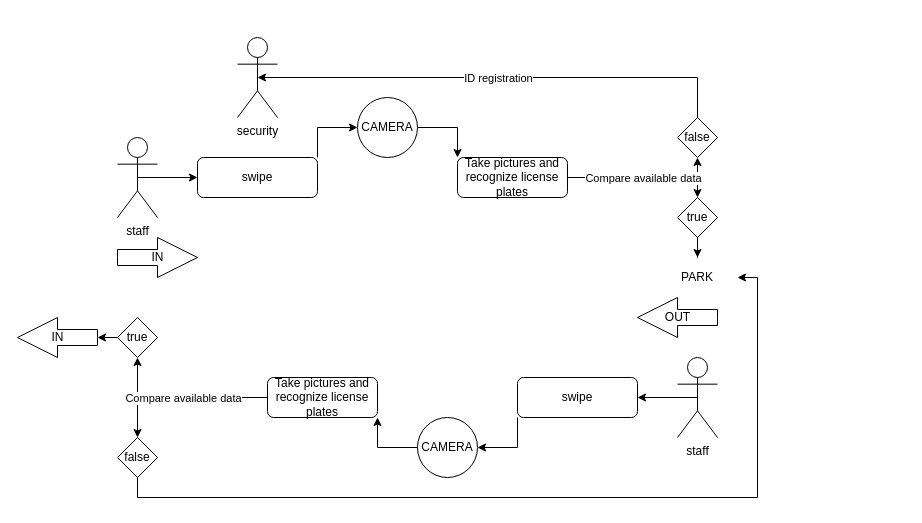
Before: Biểu đồ không có tiêu đề.drawio in DucTri1611/CNPM, a draw.io diagram. Source tidied: cells renumbered, new cells numbered last; positions are measured from the earlier drawing's top-left corner, leaving out a move shared by most shapes. Both pictures are drawn from the tidied source at 100%, with x=0, y=0 at pixel (17, 37).
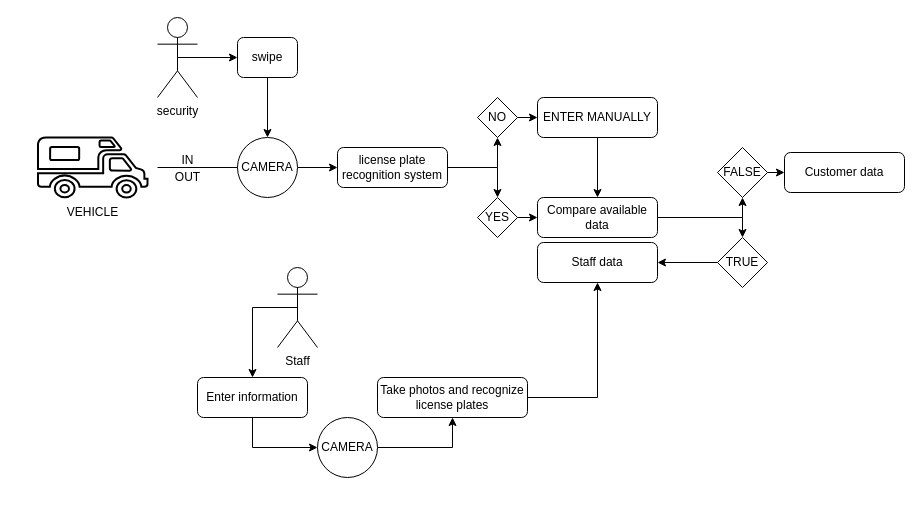
After the change.

Commit message:
Cập nhật Biểu đồ không có tiêu đề.drawio

Change to the diagram source:
```diff
@@
-    <mxCell id="2" style="edgeStyle=orthogonalEdgeStyle;rounded=0;jettySize=auto;html=1;exitX=0.5;exitY=0.5;exitDx=0;exitDy=0;exitPerimeter=0;" parent="1" edge="1" source="3" target="6">
-      <mxGeometry relative="1" as="geometry" />
-    </mxCell>
-    <mxCell id="3" value="staff" style="shape=umlActor;verticalLabelPosition=bottom;verticalAlign=top;html=1;outlineConnect=0;" parent="1" vertex="1">
-      <mxGeometry x="100" y="100" width="40" height="80" as="geometry" />
-    </mxCell>
+    <mxCell id="36" style="edgeStyle=orthogonalEdgeStyle;rounded=0;jettySize=auto;html=1;exitX=0.5;exitY=0.5;exitDx=0;exitDy=0;exitPerimeter=0;" parent="1" edge="1" source="4" target="6">
+      <mxGeometry relative="1" as="geometry" />
+    </mxCell>
     <mxCell id="4" value="security" style="shape=umlActor;verticalLabelPosition=bottom;verticalAlign=top;html=1;outlineConnect=0;" parent="1" vertex="1">
-      <mxGeometry x="220" width="40" height="80" as="geometry" />
+      <mxGeometry x="140" y="-20" width="40" height="80" as="geometry" />
     </mxCell>
+    <mxCell id="37" style="edgeStyle=orthogonalEdgeStyle;rounded=0;jettySize=auto;html=1;exitX=1;exitY=0.5;exitDx=0;exitDy=0;" parent="1" edge="1" source="8" target="47">
+      <mxGeometry relative="1" as="geometry" />
+    </mxCell>
+    <mxCell id="8" value="CAMERA" style="ellipse;whiteSpace=wrap;html=1;" parent="1" vertex="1">
+      <mxGeometry x="220" y="100" width="60" height="60" as="geometry" />
+    </mxCell>
+    <mxCell id="38" style="edgeStyle=orthogonalEdgeStyle;rounded=0;jettySize=auto;html=1;exitX=1;exitY=0.5;exitDx=0;exitDy=0;entryX=0.5;entryY=1;entryDx=0;entryDy=0;" parent="1" edge="1" source="22" target="62">
+      <mxGeometry relative="1" as="geometry" />
+    </mxCell>
+    <mxCell id="22" value="Take photos and recognize license plates" style="rounded=1;whiteSpace=wrap;html=1;" parent="1" vertex="1">
+      <mxGeometry x="360" y="340" width="150" height="40" as="geometry" />
+    </mxCell>
+    <mxCell id="39" style="edgeStyle=orthogonalEdgeStyle;rounded=0;jettySize=auto;html=1;exitX=0.5;exitY=0.5;exitDx=0;exitDy=0;exitPerimeter=0;entryX=0.5;entryY=0;entryDx=0;entryDy=0;" parent="1" edge="1" source="24" target="28">
+      <mxGeometry relative="1" as="geometry">
+        <Array as="points">
+          <mxPoint x="235" y="270" />
+        </Array>
+      </mxGeometry>
+    </mxCell>
+    <mxCell id="24" value="Staff" style="shape=umlActor;verticalLabelPosition=bottom;verticalAlign=top;html=1;outlineConnect=0;" parent="1" vertex="1">
+      <mxGeometry x="260" y="230" width="40" height="80" as="geometry" />
+    </mxCell>
+    <mxCell id="40" style="edgeStyle=orthogonalEdgeStyle;rounded=0;jettySize=auto;html=1;exitX=1;exitY=0.5;exitDx=0;exitDy=0;entryX=0.5;entryY=1;entryDx=0;entryDy=0;" parent="1" edge="1" source="26" target="22">
+      <mxGeometry relative="1" as="geometry" />
+    </mxCell>
+    <mxCell id="26" value="CAMERA" style="ellipse;whiteSpace=wrap;html=1;" parent="1" vertex="1">
+      <mxGeometry x="300" y="380" width="60" height="60" as="geometry" />
+    </mxCell>
+    <mxCell id="41" style="edgeStyle=orthogonalEdgeStyle;rounded=0;jettySize=auto;html=1;exitX=0.5;exitY=1;exitDx=0;exitDy=0;entryX=0;entryY=0.5;entryDx=0;entryDy=0;" parent="1" edge="1" source="28" target="26">
+      <mxGeometry relative="1" as="geometry" />
+    </mxCell>
+    <mxCell id="28" value="Enter information" style="rounded=1;whiteSpace=wrap;html=1;" parent="1" vertex="1">
+      <mxGeometry x="180" y="340" width="110" height="40" as="geometry" />
+    </mxCell>
+    <mxCell id="42" style="shape=mxgraph.signs.sports.rv;html=1;fillColor=#ffffff;strokeColor=default;verticalLabelPosition=bottom;verticalAlign=top;align=center;fillStyle=auto;strokeWidth=2;" parent="1" vertex="1">
+      <mxGeometry x="20" y="100" width="110" height="60" as="geometry" />
+    </mxCell>
+    <mxCell id="43" style="line;strokeWidth=1;dashed=0;labelPosition=right;align=left;verticalAlign=middle;spacingTop=0;spacingLeft=6;" parent="1" vertex="1">
+      <mxGeometry x="140" y="125" width="80" height="10" as="geometry" />
+    </mxCell>
+    <mxCell id="44" value="IN" style="text;html=1;align=center;verticalAlign=middle;strokeColor=none;fillColor=none;" parent="1" vertex="1">
+      <mxGeometry x="150" y="108" width="40" height="30" as="geometry" />
+    </mxCell>
+    <mxCell id="19" value="OUT" style="text;html=1;align=center;verticalAlign=middle;strokeColor=none;fillColor=none;" parent="1" vertex="1">
+      <mxGeometry x="145" y="125" width="50" height="30" as="geometry" />
+    </mxCell>
-    <mxCell id="5" style="edgeStyle=orthogonalEdgeStyle;rounded=0;jettySize=auto;html=1;exitX=1;exitY=0;exitDx=0;exitDy=0;entryX=0;entryY=0.5;entryDx=0;entryDy=0;" parent="1" edge="1" source="6" target="8">
+    <mxCell id="5" style="edgeStyle=orthogonalEdgeStyle;rounded=0;jettySize=auto;html=1;exitX=0.5;exitY=1;exitDx=0;exitDy=0;entryX=0.5;entryY=0;entryDx=0;entryDy=0;" parent="1" edge="1" source="6" target="8">
       <mxGeometry relative="1" as="geometry" />
     </mxCell>
     <mxCell id="6" value="swipe" style="rounded=1;whiteSpace=wrap;html=1;" parent="1" vertex="1">
-      <mxGeometry x="180" y="120" width="120" height="40" as="geometry" />
+      <mxGeometry x="220" width="60" height="40" as="geometry" />
     </mxCell>
-    <mxCell id="7" style="edgeStyle=orthogonalEdgeStyle;rounded=0;jettySize=auto;html=1;exitX=1;exitY=0.5;exitDx=0;exitDy=0;entryX=0;entryY=0;entryDx=0;entryDy=0;" parent="1" edge="1" source="8" target="10">
-      <mxGeometry relative="1" as="geometry" />
-    </mxCell>
-    <mxCell id="8" value="CAMERA" style="ellipse;whiteSpace=wrap;html=1;" parent="1" vertex="1">
-      <mxGeometry x="340" y="60" width="60" height="60" as="geometry" />
-    </mxCell>
-    <mxCell id="9" style="edgeStyle=orthogonalEdgeStyle;rounded=0;jettySize=auto;html=1;exitX=1;exitY=0.5;exitDx=0;exitDy=0;entryX=0.5;entryY=1;entryDx=0;entryDy=0;" parent="1" edge="1" source="10" target="12">
-      <mxGeometry relative="1" as="geometry" />
-    </mxCell>
-    <mxCell id="10" value="Take pictures and recognize license plates" style="rounded=1;whiteSpace=wrap;html=1;" parent="1" vertex="1">
-      <mxGeometry x="440" y="120" width="110" height="40" as="geometry" />
-    </mxCell>
-    <mxCell id="11" value="PARK" style="text;html=1;align=center;verticalAlign=middle;whiteSpace=wrap;rounded=0;" parent="1" vertex="1">
-      <mxGeometry x="640" y="220" width="80" height="40" as="geometry" />
-    </mxCell>
-    <mxCell id="12" value="false" style="rhombus;whiteSpace=wrap;html=1;" parent="1" vertex="1">
-      <mxGeometry x="660" y="80" width="40" height="40" as="geometry" />
-    </mxCell>
-    <mxCell id="13" style="edgeStyle=orthogonalEdgeStyle;rounded=0;jettySize=auto;html=1;exitX=0.5;exitY=1;exitDx=0;exitDy=0;" parent="1" edge="1" source="14" target="11">
-      <mxGeometry relative="1" as="geometry" />
-    </mxCell>
-    <mxCell id="14" value="true" style="rhombus;whiteSpace=wrap;html=1;" parent="1" vertex="1">
-      <mxGeometry x="660" y="160" width="40" height="40" as="geometry" />
-    </mxCell>
-    <mxCell id="15" style="endArrow=classic;html=1;rounded=0;exitX=0.5;exitY=0;exitDx=0;exitDy=0;entryX=0.5;entryY=0.5;entryDx=0;entryDy=0;entryPerimeter=0;" parent="1" edge="1" source="12" target="4">
-      <mxGeometry relative="1" as="geometry">
-        <Array as="points">
-          <mxPoint x="680" y="40" />
-        </Array>
-      </mxGeometry>
-    </mxCell>
-    <mxCell id="16" value="ID registration" style="edgeLabel;html=1;align=center;verticalAlign=middle;" parent="15" vertex="1">
-      <mxGeometry relative="1" as="geometry" />
-    </mxCell>
-    <mxCell id="17" style="endArrow=classic;html=1;rounded=0;entryX=0.5;entryY=0;entryDx=0;entryDy=0;" parent="1" edge="1" target="14">
-      <mxGeometry relative="1" as="geometry">
-        <mxPoint x="550" y="140" as="sourcePoint" />
-        <Array as="points">
-          <mxPoint x="680" y="140" />
-        </Array>
-      </mxGeometry>
-    </mxCell>
-    <mxCell id="18" value="Compare available data" style="edgeLabel;html=1;align=center;verticalAlign=middle;" parent="17" vertex="1">
-      <mxGeometry relative="1" as="geometry" />
-    </mxCell>
-    <mxCell id="19" value="OUT" style="html=1;shadow=0;dashed=0;align=center;verticalAlign=middle;shape=mxgraph.arrows2.arrow;dy=0.6;dx=40;notch=0;direction=west;" parent="1" vertex="1">
-      <mxGeometry x="620" y="260" width="80" height="40" as="geometry" />
-    </mxCell>
-    <mxCell id="20" value="IN" style="html=1;shadow=0;dashed=0;align=center;verticalAlign=middle;shape=mxgraph.arrows2.arrow;dy=0.6;dx=40;notch=0;" parent="1" vertex="1">
-      <mxGeometry x="100" y="200" width="80" height="40" as="geometry" />
-    </mxCell>
-    <mxCell id="21" style="edgeStyle=orthogonalEdgeStyle;rounded=0;jettySize=auto;html=1;exitX=0;exitY=1;exitDx=0;exitDy=0;entryX=1;entryY=0.5;entryDx=0;entryDy=0;" parent="1" edge="1" source="22" target="26">
-      <mxGeometry relative="1" as="geometry" />
-    </mxCell>
-    <mxCell id="22" value="swipe" style="rounded=1;whiteSpace=wrap;html=1;" parent="1" vertex="1">
-      <mxGeometry x="500" y="340" width="120" height="40" as="geometry" />
-    </mxCell>
-    <mxCell id="23" style="edgeStyle=orthogonalEdgeStyle;rounded=0;jettySize=auto;html=1;exitX=0.5;exitY=0.5;exitDx=0;exitDy=0;exitPerimeter=0;entryX=1;entryY=0.5;entryDx=0;entryDy=0;" parent="1" edge="1" source="24" target="22">
-      <mxGeometry relative="1" as="geometry" />
-    </mxCell>
-    <mxCell id="24" value="staff" style="shape=umlActor;verticalLabelPosition=bottom;verticalAlign=top;html=1;outlineConnect=0;" parent="1" vertex="1">
-      <mxGeometry x="660" y="320" width="40" height="80" as="geometry" />
-    </mxCell>
-    <mxCell id="25" style="edgeStyle=orthogonalEdgeStyle;rounded=0;jettySize=auto;html=1;exitX=0;exitY=0.5;exitDx=0;exitDy=0;entryX=1;entryY=1;entryDx=0;entryDy=0;" parent="1" edge="1" source="26" target="28">
-      <mxGeometry relative="1" as="geometry" />
-    </mxCell>
-    <mxCell id="26" value="CAMERA" style="ellipse;whiteSpace=wrap;html=1;" parent="1" vertex="1">
-      <mxGeometry x="400" y="380" width="60" height="60" as="geometry" />
-    </mxCell>
-    <mxCell id="27" style="edgeStyle=orthogonalEdgeStyle;rounded=0;jettySize=auto;html=1;exitX=0;exitY=0.5;exitDx=0;exitDy=0;entryX=0.5;entryY=0;entryDx=0;entryDy=0;" parent="1" edge="1" source="28" target="33">
-      <mxGeometry relative="1" as="geometry" />
-    </mxCell>
-    <mxCell id="28" value="Take pictures and recognize license plates" style="rounded=1;whiteSpace=wrap;html=1;" parent="1" vertex="1">
-      <mxGeometry x="250" y="340" width="110" height="40" as="geometry" />
-    </mxCell>
-    <mxCell id="29" style="endArrow=classic;html=1;rounded=0;entryX=0.5;entryY=1;entryDx=0;entryDy=0;exitX=0;exitY=0.5;exitDx=0;exitDy=0;" parent="1" edge="1" source="28" target="31">
-      <mxGeometry relative="1" as="geometry">
-        <Array as="points">
-          <mxPoint x="200" y="360" />
-          <mxPoint x="120" y="360" />
-        </Array>
-      </mxGeometry>
-    </mxCell>
-    <mxCell id="30" value="Compare available data" style="edgeLabel;html=1;align=center;verticalAlign=middle;" parent="29" vertex="1">
-      <mxGeometry relative="1" as="geometry" />
-    </mxCell>
-    <mxCell id="31" value="true" style="rhombus;whiteSpace=wrap;html=1;" parent="1" vertex="1">
-      <mxGeometry x="100" y="280" width="40" height="40" as="geometry" />
-    </mxCell>
-    <mxCell id="32" style="edgeStyle=orthogonalEdgeStyle;rounded=0;jettySize=auto;html=1;exitX=0.5;exitY=1;exitDx=0;exitDy=0;entryX=1;entryY=0.5;entryDx=0;entryDy=0;" parent="1" edge="1" source="33" target="11">
-      <mxGeometry relative="1" as="geometry" />
-    </mxCell>
-    <mxCell id="33" value="false" style="rhombus;whiteSpace=wrap;html=1;" parent="1" vertex="1">
-      <mxGeometry x="100" y="400" width="40" height="40" as="geometry" />
-    </mxCell>
-    <mxCell id="34" value="IN" style="html=1;shadow=0;dashed=0;align=center;verticalAlign=middle;shape=mxgraph.arrows2.arrow;dy=0.6;dx=40;notch=0;direction=west;" parent="1" vertex="1">
-      <mxGeometry y="280" width="80" height="40" as="geometry" />
-    </mxCell>
-    <mxCell id="35" style="edgeStyle=orthogonalEdgeStyle;rounded=0;jettySize=auto;html=1;exitX=0;exitY=0.5;exitDx=0;exitDy=0;entryX=0;entryY=0.5;entryDx=0;entryDy=0;entryPerimeter=0;" parent="1" edge="1" source="31" target="34">
-      <mxGeometry relative="1" as="geometry" />
-    </mxCell>
+    <mxCell id="45" style="edgeStyle=orthogonalEdgeStyle;rounded=0;jettySize=auto;html=1;exitX=1;exitY=0.5;exitDx=0;exitDy=0;entryX=0.5;entryY=1;entryDx=0;entryDy=0;" parent="1" edge="1" source="47" target="49">
+      <mxGeometry relative="1" as="geometry" />
+    </mxCell>
+    <mxCell id="46" style="edgeStyle=orthogonalEdgeStyle;rounded=0;jettySize=auto;html=1;exitX=1;exitY=0.5;exitDx=0;exitDy=0;entryX=0.5;entryY=0;entryDx=0;entryDy=0;" parent="1" edge="1" source="47" target="50">
+      <mxGeometry relative="1" as="geometry" />
+    </mxCell>
+    <mxCell id="47" value="license plate recognition system" style="rounded=1;whiteSpace=wrap;html=1;" parent="1" vertex="1">
+      <mxGeometry x="320" y="110" width="110" height="40" as="geometry" />
+    </mxCell>
+    <mxCell id="48" style="edgeStyle=orthogonalEdgeStyle;rounded=0;jettySize=auto;html=1;exitX=1;exitY=0.5;exitDx=0;exitDy=0;entryX=0;entryY=0.5;entryDx=0;entryDy=0;" parent="1" edge="1" source="49" target="52">
+      <mxGeometry relative="1" as="geometry" />
+    </mxCell>
+    <mxCell id="49" value="NO" style="rhombus;whiteSpace=wrap;html=1;" parent="1" vertex="1">
+      <mxGeometry x="460" y="60" width="40" height="40" as="geometry" />
+    </mxCell>
+    <mxCell id="50" value="YES" style="rhombus;whiteSpace=wrap;html=1;" parent="1" vertex="1">
+      <mxGeometry x="460" y="160" width="40" height="40" as="geometry" />
+    </mxCell>
+    <mxCell id="51" style="edgeStyle=orthogonalEdgeStyle;rounded=0;jettySize=auto;html=1;exitX=0.5;exitY=1;exitDx=0;exitDy=0;entryX=0.5;entryY=0;entryDx=0;entryDy=0;" parent="1" edge="1" source="52" target="60">
+      <mxGeometry relative="1" as="geometry" />
+    </mxCell>
+    <mxCell id="52" value="ENTER MANUALLY" style="rounded=1;whiteSpace=wrap;html=1;" parent="1" vertex="1">
+      <mxGeometry x="520" y="60" width="120" height="40" as="geometry" />
+    </mxCell>
+    <mxCell id="53" value="VEHICLE" style="text;html=1;align=center;verticalAlign=middle;strokeColor=none;fillColor=none;" parent="1" vertex="1">
+      <mxGeometry x="40" y="160" width="70" height="30" as="geometry" />
+    </mxCell>
+    <mxCell id="54" style="edgeStyle=orthogonalEdgeStyle;rounded=0;jettySize=auto;html=1;exitX=1;exitY=0.5;exitDx=0;exitDy=0;entryX=0;entryY=0.5;entryDx=0;entryDy=0;" parent="1" edge="1" source="55" target="63">
+      <mxGeometry relative="1" as="geometry" />
+    </mxCell>
+    <mxCell id="55" value="FALSE" style="rhombus;whiteSpace=wrap;html=1;" parent="1" vertex="1">
+      <mxGeometry x="700" y="110" width="50" height="50" as="geometry" />
+    </mxCell>
+    <mxCell id="56" style="edgeStyle=orthogonalEdgeStyle;rounded=0;jettySize=auto;html=1;exitX=0;exitY=0.5;exitDx=0;exitDy=0;entryX=1;entryY=0.5;entryDx=0;entryDy=0;" parent="1" edge="1" source="57" target="62">
+      <mxGeometry relative="1" as="geometry" />
+    </mxCell>
+    <mxCell id="57" value="TRUE" style="rhombus;whiteSpace=wrap;html=1;" parent="1" vertex="1">
+      <mxGeometry x="700" y="200" width="50" height="50" as="geometry" />
+    </mxCell>
+    <mxCell id="58" style="edgeStyle=orthogonalEdgeStyle;rounded=0;jettySize=auto;html=1;exitX=1;exitY=0.5;exitDx=0;exitDy=0;entryX=0.5;entryY=1;entryDx=0;entryDy=0;" parent="1" edge="1" source="60" target="55">
+      <mxGeometry relative="1" as="geometry">
+        <Array as="points">
+          <mxPoint x="725" y="180" />
+        </Array>
+      </mxGeometry>
+    </mxCell>
+    <mxCell id="59" style="edgeStyle=orthogonalEdgeStyle;rounded=0;jettySize=auto;html=1;exitX=1;exitY=0.5;exitDx=0;exitDy=0;entryX=0.5;entryY=0;entryDx=0;entryDy=0;" parent="1" edge="1" source="60" target="57">
+      <mxGeometry relative="1" as="geometry">
+        <Array as="points">
+          <mxPoint x="725" y="180" />
+        </Array>
+      </mxGeometry>
+    </mxCell>
+    <mxCell id="60" value="Compare available data" style="rounded=1;whiteSpace=wrap;html=1;" parent="1" vertex="1">
+      <mxGeometry x="520" y="160" width="120" height="40" as="geometry" />
+    </mxCell>
+    <mxCell id="61" style="edgeStyle=orthogonalEdgeStyle;rounded=0;jettySize=auto;html=1;exitX=1;exitY=0.5;exitDx=0;exitDy=0;entryX=0;entryY=0.5;entryDx=0;entryDy=0;" parent="1" edge="1" source="50" target="60">
+      <mxGeometry relative="1" as="geometry" />
+    </mxCell>
+    <mxCell id="62" value="Staff data" style="rounded=1;whiteSpace=wrap;html=1;" parent="1" vertex="1">
+      <mxGeometry x="520" y="205" width="120" height="40" as="geometry" />
+    </mxCell>
+    <mxCell id="63" value="Customer data" style="rounded=1;whiteSpace=wrap;html=1;" parent="1" vertex="1">
+      <mxGeometry x="767" y="115" width="120" height="40" as="geometry" />
+    </mxCell>
```
